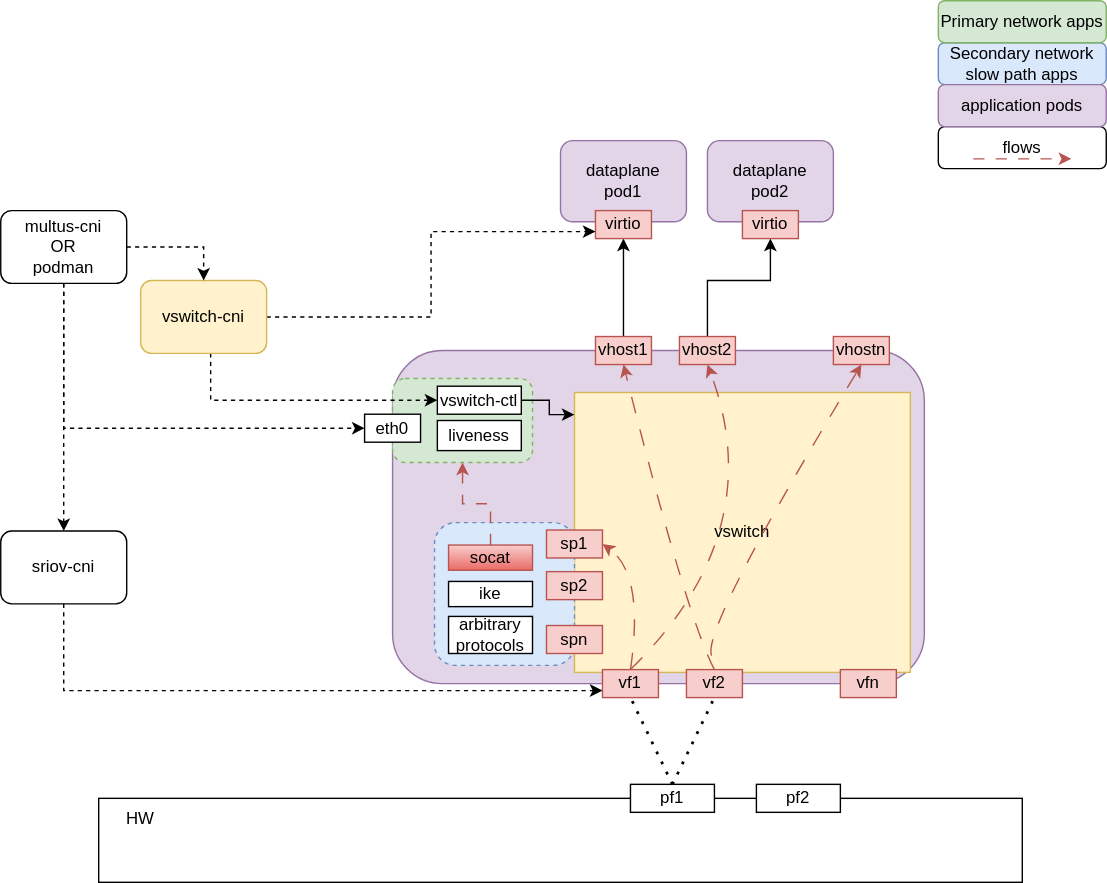
Before: docs/images/vswitch.drawio.svg, a diagram exported from draw.io (sriramy/vswitch). Source tidied: cells renumbered, new cells last; positions are measured from the earlier drawing's top-left corner, leaving out a move shared by most shapes.
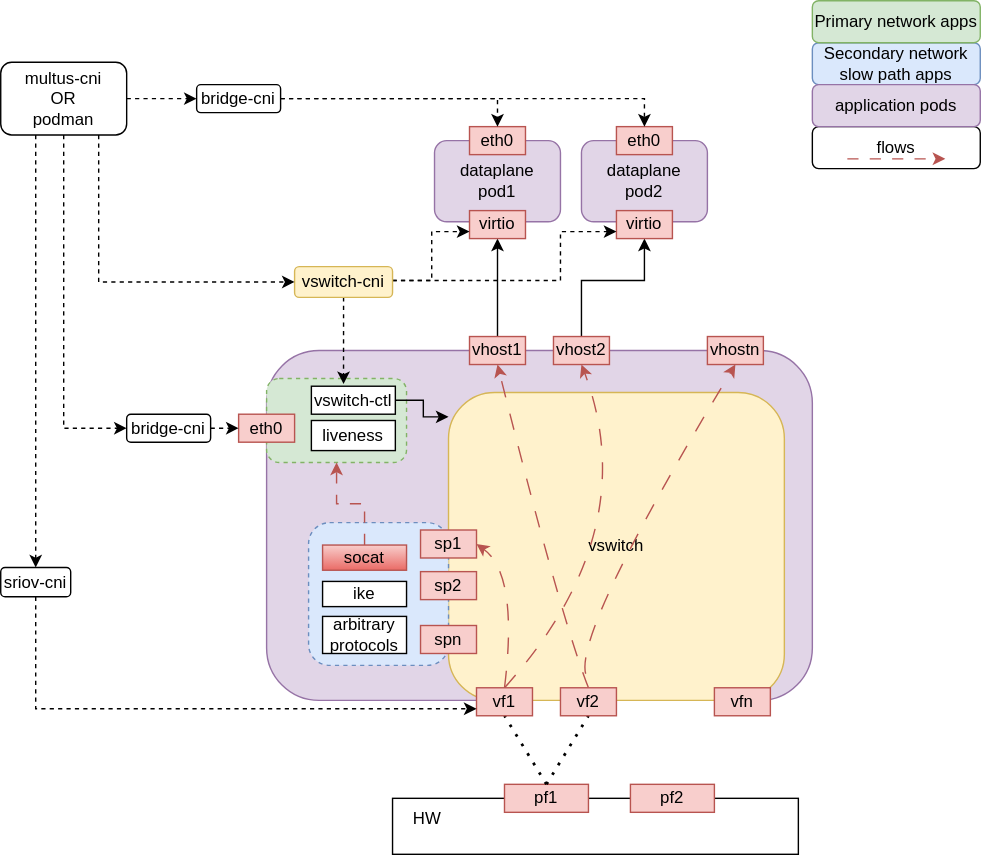
Above is the later version.

The edit, as a diff of the source:
```diff
@@ -6,7 +6,7 @@
       <mxGeometry x="670" y="90" width="120" height="30" as="geometry" />
     </mxCell>
     <mxCell id="3" style="rounded=1;whiteSpace=wrap;html=1;fillColor=#e1d5e7;strokeColor=#9673a6;" parent="1" vertex="1">
-      <mxGeometry x="280" y="250" width="380" height="238" as="geometry" />
+      <mxGeometry x="280" y="250" width="390" height="250" as="geometry" />
     </mxCell>
     <mxCell id="4" style="edgeStyle=orthogonalEdgeStyle;rounded=0;jettySize=auto;html=1;entryX=0.5;entryY=1;entryDx=0;entryDy=0;" parent="1" edge="1" source="5" target="34">
       <mxGeometry relative="1" as="geometry" />
@@ -29,15 +29,15 @@
       <mxGeometry x="595" y="240" width="40" height="20" as="geometry" />
     </mxCell>
     <mxCell id="9" style="rounded=0;whiteSpace=wrap;html=1;" parent="1" vertex="1">
-      <mxGeometry x="70" y="570" width="660" height="60" as="geometry" />
+      <mxGeometry x="370" y="570" width="290" height="40" as="geometry" />
     </mxCell>
     <mxCell id="10" value="HW" style="text;html=1;strokeColor=none;fillColor=none;align=center;verticalAlign=middle;whiteSpace=wrap;rounded=0;" parent="1" vertex="1">
-      <mxGeometry x="70" y="570" width="60" height="30" as="geometry" />
+      <mxGeometry x="365" y="570" width="60" height="30" as="geometry" />
     </mxCell>
-    <mxCell id="11" value="pf1" style="rounded=0;whiteSpace=wrap;html=1;" parent="1" vertex="1">
+    <mxCell id="11" value="pf1" style="rounded=0;whiteSpace=wrap;html=1;fillColor=#f8cecc;strokeColor=#b85450;" parent="1" vertex="1">
       <mxGeometry x="450" y="560" width="60" height="20" as="geometry" />
     </mxCell>
-    <mxCell id="12" value="pf2" style="rounded=0;whiteSpace=wrap;html=1;" parent="1" vertex="1">
+    <mxCell id="12" value="pf2" style="rounded=0;whiteSpace=wrap;html=1;fillColor=#f8cecc;strokeColor=#b85450;" parent="1" vertex="1">
       <mxGeometry x="540" y="560" width="60" height="20" as="geometry" />
     </mxCell>
     <mxCell id="13" style="endArrow=none;dashed=1;html=1;dashPattern=1 3;strokeWidth=2;rounded=0;entryX=0.5;entryY=1;entryDx=0;entryDy=0;exitX=0.5;exitY=0;exitDx=0;exitDy=0;" parent="1" edge="1" source="11" target="28">
@@ -49,8 +49,8 @@
     <mxCell id="15" style="rounded=1;whiteSpace=wrap;html=1;dashed=1;fillColor=#d5e8d4;strokeColor=#82b366;" parent="1" vertex="1">
       <mxGeometry x="280" y="270" width="100" height="60" as="geometry" />
     </mxCell>
-    <mxCell id="16" value="vswitch" style="rounded=0;whiteSpace=wrap;html=1;fillColor=#fff2cc;strokeColor=#d6b656;" parent="1" vertex="1">
-      <mxGeometry x="410" y="280" width="240" height="200" as="geometry" />
+    <mxCell id="16" value="vswitch" style="rounded=1;whiteSpace=wrap;html=1;fillColor=#fff2cc;strokeColor=#d6b656;" parent="1" vertex="1">
+      <mxGeometry x="410" y="280" width="240" height="220" as="geometry" />
     </mxCell>
     <mxCell id="17" style="rounded=1;whiteSpace=wrap;html=1;dashed=1;fillColor=#dae8fc;strokeColor=#6c8ebf;" parent="1" vertex="1">
       <mxGeometry x="310" y="373" width="100" height="102" as="geometry" />
@@ -82,11 +82,11 @@
     <mxCell id="26" value="spn" style="rounded=0;whiteSpace=wrap;html=1;fillColor=#f8cecc;strokeColor=#b85450;" parent="1" vertex="1">
       <mxGeometry x="390" y="446.5" width="40" height="20" as="geometry" />
     </mxCell>
-    <mxCell id="27" value="eth0" style="rounded=0;whiteSpace=wrap;html=1;" parent="1" vertex="1">
+    <mxCell id="27" value="eth0" style="rounded=0;whiteSpace=wrap;html=1;fillColor=#f8cecc;strokeColor=#b85450;" parent="1" vertex="1">
       <mxGeometry x="260" y="295.5" width="40" height="20" as="geometry" />
     </mxCell>
     <mxCell id="28" value="vf1" style="rounded=0;whiteSpace=wrap;html=1;fillColor=#f8cecc;strokeColor=#b85450;" parent="1" vertex="1">
-      <mxGeometry x="430" y="478" width="40" height="20" as="geometry" />
+      <mxGeometry x="430" y="491" width="40" height="20" as="geometry" />
     </mxCell>
     <mxCell id="29" value="liveness" style="rounded=0;whiteSpace=wrap;html=1;" parent="1" vertex="1">
       <mxGeometry x="312" y="300" width="60" height="21.5" as="geometry" />
@@ -141,49 +141,66 @@
       </mxGeometry>
     </mxCell>
     <mxCell id="40" style="edgeStyle=orthogonalEdgeStyle;rounded=0;jettySize=auto;html=1;entryX=0;entryY=0.75;entryDx=0;entryDy=0;fillColor=#fff2cc;strokeColor=#000000;dashed=1;" parent="1" edge="1" source="42" target="34">
-      <mxGeometry relative="1" as="geometry" />
+      <mxGeometry relative="1" as="geometry">
+        <Array as="points">
+          <mxPoint x="398" y="200" />
+          <mxPoint x="398" y="165" />
+        </Array>
+      </mxGeometry>
     </mxCell>
-    <mxCell id="41" style="edgeStyle=orthogonalEdgeStyle;rounded=0;jettySize=auto;html=1;entryX=0;entryY=0.5;entryDx=0;entryDy=0;fillColor=#fff2cc;strokeColor=#000000;dashed=1;" parent="1" edge="1" source="42" target="21">
-      <mxGeometry relative="1" as="geometry">
-        <Array as="points">
-          <mxPoint x="150" y="286" />
-        </Array>
-      </mxGeometry>
+    <mxCell id="41" style="edgeStyle=orthogonalEdgeStyle;rounded=0;jettySize=auto;html=1;entryX=0.383;entryY=-0.075;entryDx=0;entryDy=0;fillColor=#fff2cc;strokeColor=#000000;dashed=1;exitX=0.5;exitY=1;exitDx=0;exitDy=0;entryPerimeter=0;" parent="1" edge="1" source="42" target="21">
+      <mxGeometry relative="1" as="geometry" />
     </mxCell>
+    <mxCell id="53" style="edgeStyle=orthogonalEdgeStyle;rounded=0;jettySize=auto;html=1;entryX=0;entryY=0.75;entryDx=0;entryDy=0;dashed=1;" parent="1" edge="1" source="42" target="36">
+      <mxGeometry relative="1" as="geometry">
+        <Array as="points">
+          <mxPoint x="490" y="200" />
+          <mxPoint x="490" y="165" />
+        </Array>
+      </mxGeometry>
+    </mxCell>
     <mxCell id="42" value="vswitch-cni" style="rounded=1;whiteSpace=wrap;html=1;fillColor=#fff2cc;strokeColor=#d6b656;" parent="1" vertex="1">
-      <mxGeometry x="100" y="200" width="90" height="52" as="geometry" />
+      <mxGeometry x="300" y="190" width="70" height="22" as="geometry" />
     </mxCell>
-    <mxCell id="43" style="edgeStyle=orthogonalEdgeStyle;rounded=0;jettySize=auto;html=1;entryX=0.5;entryY=0;entryDx=0;entryDy=0;dashed=1;" parent="1" edge="1" source="46" target="42">
-      <mxGeometry relative="1" as="geometry" />
-    </mxCell>
-    <mxCell id="44" style="edgeStyle=orthogonalEdgeStyle;rounded=0;jettySize=auto;html=1;entryX=0;entryY=0.5;entryDx=0;entryDy=0;dashed=1;" parent="1" edge="1" source="46" target="27">
-      <mxGeometry relative="1" as="geometry">
-        <Array as="points">
-          <mxPoint x="45" y="306" />
-        </Array>
-      </mxGeometry>
+    <mxCell id="44" style="edgeStyle=orthogonalEdgeStyle;rounded=0;jettySize=auto;html=1;entryX=0;entryY=0.5;entryDx=0;entryDy=0;dashed=1;exitX=1;exitY=0.5;exitDx=0;exitDy=0;" parent="1" edge="1" source="57" target="27">
+      <mxGeometry relative="1" as="geometry" />
     </mxCell>
     <mxCell id="45" style="edgeStyle=orthogonalEdgeStyle;rounded=0;jettySize=auto;html=1;entryX=0.5;entryY=0;entryDx=0;entryDy=0;dashed=1;" parent="1" edge="1" source="46" target="48">
-      <mxGeometry relative="1" as="geometry" />
+      <mxGeometry relative="1" as="geometry">
+        <Array as="points">
+          <mxPoint x="115" y="240" />
+          <mxPoint x="115" y="240" />
+        </Array>
+      </mxGeometry>
     </mxCell>
+    <mxCell id="54" style="edgeStyle=orthogonalEdgeStyle;rounded=0;jettySize=auto;html=1;entryX=0;entryY=0.5;entryDx=0;entryDy=0;dashed=1;" parent="1" edge="1" source="46" target="61">
+      <mxGeometry relative="1" as="geometry" />
+    </mxCell>
+    <mxCell id="43" style="edgeStyle=orthogonalEdgeStyle;rounded=0;jettySize=auto;html=1;entryX=0;entryY=0.5;entryDx=0;entryDy=0;dashed=1;" parent="1" edge="1" source="46" target="42">
+      <mxGeometry relative="1" as="geometry">
+        <Array as="points">
+          <mxPoint x="160" y="201" />
+        </Array>
+      </mxGeometry>
+    </mxCell>
     <mxCell id="46" value="multus-cni&lt;br&gt;OR&lt;br&gt;podman" style="rounded=1;whiteSpace=wrap;html=1;" parent="1" vertex="1">
-      <mxGeometry y="150" width="90" height="52" as="geometry" />
+      <mxGeometry x="90" y="44" width="90" height="52" as="geometry" />
     </mxCell>
     <mxCell id="47" style="edgeStyle=orthogonalEdgeStyle;rounded=0;jettySize=auto;html=1;entryX=0;entryY=0.75;entryDx=0;entryDy=0;dashed=1;exitX=0.5;exitY=1;exitDx=0;exitDy=0;" parent="1" edge="1" source="48" target="28">
       <mxGeometry relative="1" as="geometry">
         <Array as="points">
-          <mxPoint x="45" y="493" />
+          <mxPoint x="115" y="506" />
         </Array>
       </mxGeometry>
     </mxCell>
     <mxCell id="48" value="sriov-cni" style="rounded=1;whiteSpace=wrap;html=1;" parent="1" vertex="1">
-      <mxGeometry y="379" width="90" height="52" as="geometry" />
+      <mxGeometry x="90" y="405" width="50" height="21" as="geometry" />
     </mxCell>
     <mxCell id="49" value="vfn" style="rounded=0;whiteSpace=wrap;html=1;fillColor=#f8cecc;strokeColor=#b85450;" parent="1" vertex="1">
-      <mxGeometry x="600" y="478" width="40" height="20" as="geometry" />
+      <mxGeometry x="600" y="491" width="40" height="20" as="geometry" />
     </mxCell>
     <mxCell id="50" value="vf2" style="rounded=0;whiteSpace=wrap;html=1;fillColor=#f8cecc;strokeColor=#b85450;" parent="1" vertex="1">
-      <mxGeometry x="490" y="478" width="40" height="20" as="geometry" />
+      <mxGeometry x="490" y="491" width="40" height="20" as="geometry" />
     </mxCell>
     <mxCell id="51" style="edgeStyle=orthogonalEdgeStyle;rounded=0;jettySize=auto;html=1;entryX=0.5;entryY=1;entryDx=0;entryDy=0;dashed=1;dashPattern=8 8;fillColor=#f8cecc;strokeColor=#b85450;" parent="1" edge="1" source="52" target="15">
       <mxGeometry relative="1" as="geometry" />
@@ -191,5 +208,26 @@
     <mxCell id="52" value="socat" style="rounded=0;whiteSpace=wrap;html=1;fillColor=#f8cecc;strokeColor=#b85450;gradientColor=#ea6b66;" parent="1" vertex="1">
       <mxGeometry x="320" y="389" width="60" height="18" as="geometry" />
     </mxCell>
+    <mxCell id="55" value="eth0" style="rounded=0;whiteSpace=wrap;html=1;fillColor=#f8cecc;strokeColor=#b85450;" parent="1" vertex="1">
+      <mxGeometry x="425" y="90" width="40" height="20" as="geometry" />
+    </mxCell>
+    <mxCell id="56" style="edgeStyle=orthogonalEdgeStyle;rounded=0;jettySize=auto;html=1;entryX=0;entryY=0.5;entryDx=0;entryDy=0;dashed=1;exitX=0.5;exitY=1;exitDx=0;exitDy=0;" parent="1" edge="1" source="46" target="57">
+      <mxGeometry relative="1" as="geometry" />
+    </mxCell>
+    <mxCell id="57" value="bridge-cni" style="rounded=1;whiteSpace=wrap;html=1;" parent="1" vertex="1">
+      <mxGeometry x="180" y="295.5" width="60" height="20" as="geometry" />
+    </mxCell>
+    <mxCell id="58" value="eth0" style="rounded=0;whiteSpace=wrap;html=1;fillColor=#f8cecc;strokeColor=#b85450;" parent="1" vertex="1">
+      <mxGeometry x="530" y="90" width="40" height="20" as="geometry" />
+    </mxCell>
+    <mxCell id="59" style="edgeStyle=orthogonalEdgeStyle;rounded=0;jettySize=auto;html=1;entryX=0.5;entryY=0;entryDx=0;entryDy=0;dashed=1;" parent="1" edge="1" source="61" target="55">
+      <mxGeometry relative="1" as="geometry" />
+    </mxCell>
+    <mxCell id="60" style="edgeStyle=orthogonalEdgeStyle;rounded=0;jettySize=auto;html=1;entryX=0.5;entryY=0;entryDx=0;entryDy=0;dashed=1;" parent="1" edge="1" source="61" target="58">
+      <mxGeometry relative="1" as="geometry" />
+    </mxCell>
+    <mxCell id="61" value="bridge-cni" style="rounded=1;whiteSpace=wrap;html=1;" parent="1" vertex="1">
+      <mxGeometry x="230" y="60" width="60" height="20" as="geometry" />
+    </mxCell>
   </root>
 </mxGraphModel>
```
